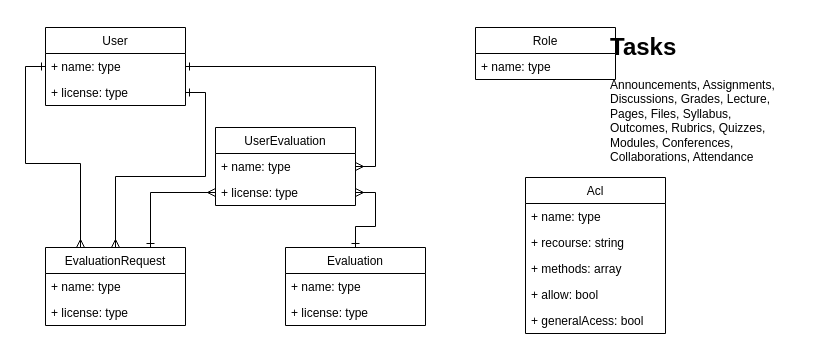
Everest4-0/Everest4.0-server keeps this draw.io diagram as page "Modelo dados" (1 of 4) of data/diagram.drawio. Above is the earlier version. Source tidied: cells renumbered, new cells numbered last; positions are measured from the earlier drawing's top-left corner, leaving out a move shared by most shapes. Both pictures are drawn from the tidied source at 100%, with x=0, y=0 at pixel (45, 27).
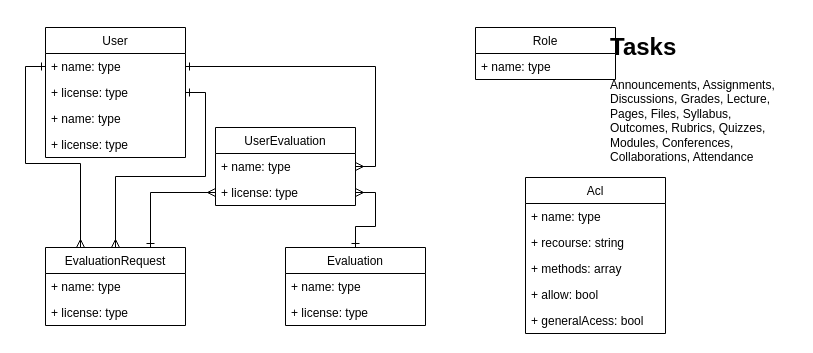
Above is the later version.

What changed in the source:
```diff
@@
     <mxCell id="2" value="User" style="swimlane;fontStyle=0;horizontal=1;startSize=26;fillColor=none;" parent="1" vertex="1">
-      <mxGeometry width="140" height="78" as="geometry" />
+      <mxGeometry width="140" height="130" as="geometry" />
     </mxCell>
@@
+    <mxCell id="28" value="+ name: type" style="text;strokeColor=none;fillColor=none;align=left;verticalAlign=top;spacingLeft=4;spacingRight=4;overflow=hidden;" parent="2" vertex="1">
+      <mxGeometry y="78" width="140" height="26" as="geometry" />
+    </mxCell>
+    <mxCell id="29" value="+ license: type" style="text;strokeColor=none;fillColor=none;align=left;verticalAlign=top;spacingLeft=4;spacingRight=4;overflow=hidden;" parent="2" vertex="1">
+      <mxGeometry y="104" width="140" height="26" as="geometry" />
+    </mxCell>
```
